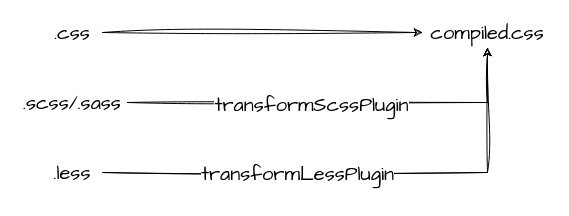
This is transform-style.drawio from zh-lx/draw.io, a draw.io file, before an edit. Source tidied: cells renumbered, new cells numbered last; positions are measured from the earlier drawing's top-left corner, leaving out a move shared by most shapes. Both pictures are drawn from the tidied source at 100%, with x=0, y=0 at pixel (17, 17).
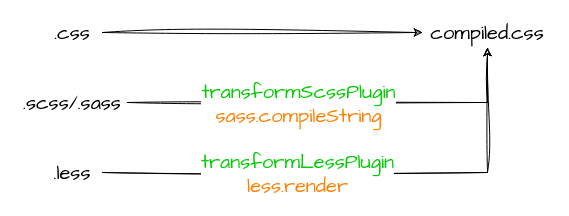
After the change.

Change to the diagram source:
```diff
@@
 <mxGraphModel>
   <root>
     <mxCell id="0" />
     <mxCell id="1" parent="0" />
     <mxCell id="2" style="edgeStyle=orthogonalEdgeStyle;rounded=0;sketch=1;hachureGap=4;jiggle=2;curveFitting=1;jettySize=auto;html=1;exitX=1;exitY=0.5;exitDx=0;exitDy=0;entryX=0;entryY=0.5;entryDx=0;entryDy=0;fontFamily=Architects Daughter;fontSize=16;" parent="1" edge="1" source="3" target="4">
       <mxGeometry relative="1" as="geometry" />
     </mxCell>
     <mxCell id="3" value="&lt;font face=&quot;Comic Sans MS&quot;&gt;.css&lt;/font&gt;" style="text;html=1;strokeColor=none;fillColor=none;align=center;verticalAlign=middle;whiteSpace=wrap;rounded=0;fontSize=20;fontFamily=Architects Daughter;" parent="1" vertex="1">
       <mxGeometry x="25" width="60" height="30" as="geometry" />
     </mxCell>
     <mxCell id="4" value="&lt;font face=&quot;Comic Sans MS&quot;&gt;compiled.css&lt;/font&gt;" style="text;html=1;strokeColor=none;fillColor=none;align=center;verticalAlign=middle;whiteSpace=wrap;rounded=0;fontSize=20;fontFamily=Architects Daughter;" parent="1" vertex="1">
       <mxGeometry x="405" width="130" height="30" as="geometry" />
     </mxCell>
     <mxCell id="5" style="edgeStyle=orthogonalEdgeStyle;rounded=0;sketch=1;hachureGap=4;jiggle=2;curveFitting=1;jettySize=auto;html=1;exitX=1;exitY=0.5;exitDx=0;exitDy=0;entryX=0.5;entryY=1;entryDx=0;entryDy=0;fontFamily=Architects Daughter;fontSize=16;" parent="1" edge="1" source="7" target="4">
       <mxGeometry relative="1" as="geometry" />
     </mxCell>
-    <mxCell id="6" value="&lt;font face=&quot;Comic Sans MS&quot;&gt;transformScssPlugin&lt;/font&gt;" style="edgeLabel;html=1;align=center;verticalAlign=middle;fontSize=20;fontFamily=Architects Daughter;" parent="5" vertex="1">
-      <mxGeometry x="-0.12" y="-1" relative="1" as="geometry" />
+    <mxCell id="6" value="&lt;font face=&quot;Comic Sans MS&quot;&gt;&lt;font color=&quot;#00cc00&quot;&gt;transformScssPlugin&lt;/font&gt;&lt;br&gt;&lt;font color=&quot;#ff8000&quot;&gt;sass.compileString&lt;/font&gt;&lt;br&gt;&lt;/font&gt;" style="edgeLabel;html=1;align=center;verticalAlign=middle;fontSize=20;fontFamily=Architects Daughter;" parent="5" vertex="1">
+      <mxGeometry x="-0.12" y="-1" relative="1" as="geometry">
+        <mxPoint x="-13" y="-1" as="offset" />
+      </mxGeometry>
     </mxCell>
     <mxCell id="7" value="&lt;font face=&quot;Comic Sans MS&quot;&gt;.scss/.sass&lt;/font&gt;" style="text;html=1;strokeColor=none;fillColor=none;align=center;verticalAlign=middle;whiteSpace=wrap;rounded=0;fontSize=20;fontFamily=Architects Daughter;" parent="1" vertex="1">
       <mxGeometry y="70" width="110" height="30" as="geometry" />
     </mxCell>
     <mxCell id="8" style="edgeStyle=orthogonalEdgeStyle;rounded=0;sketch=1;hachureGap=4;jiggle=2;curveFitting=1;jettySize=auto;html=1;exitX=1;exitY=0.5;exitDx=0;exitDy=0;entryX=0.5;entryY=1;entryDx=0;entryDy=0;fontFamily=Architects Daughter;fontSize=16;" parent="1" edge="1" source="10" target="4">
       <mxGeometry relative="1" as="geometry" />
     </mxCell>
-    <mxCell id="9" value="&lt;font face=&quot;Comic Sans MS&quot;&gt;transformLessPlugin&lt;/font&gt;" style="edgeLabel;html=1;align=center;verticalAlign=middle;fontSize=20;fontFamily=Architects Daughter;" parent="8" vertex="1">
+    <mxCell id="9" value="&lt;font face=&quot;Comic Sans MS&quot;&gt;&lt;font color=&quot;#00cc00&quot;&gt;transformLessPlugin&lt;/font&gt;&lt;br&gt;&lt;font color=&quot;#ff8000&quot;&gt;less.render&lt;/font&gt;&lt;br&gt;&lt;/font&gt;" style="edgeLabel;html=1;align=center;verticalAlign=middle;fontSize=20;fontFamily=Architects Daughter;" parent="8" vertex="1">
       <mxGeometry x="-0.24" relative="1" as="geometry" />
     </mxCell>
     <mxCell id="10" value="&lt;font face=&quot;Comic Sans MS&quot;&gt;.less&lt;/font&gt;" style="text;html=1;strokeColor=none;fillColor=none;align=center;verticalAlign=middle;whiteSpace=wrap;rounded=0;fontSize=20;fontFamily=Architects Daughter;" parent="1" vertex="1">
       <mxGeometry x="25" y="140" width="60" height="30" as="geometry" />
     </mxCell>
   </root>
 </mxGraphModel>
```
